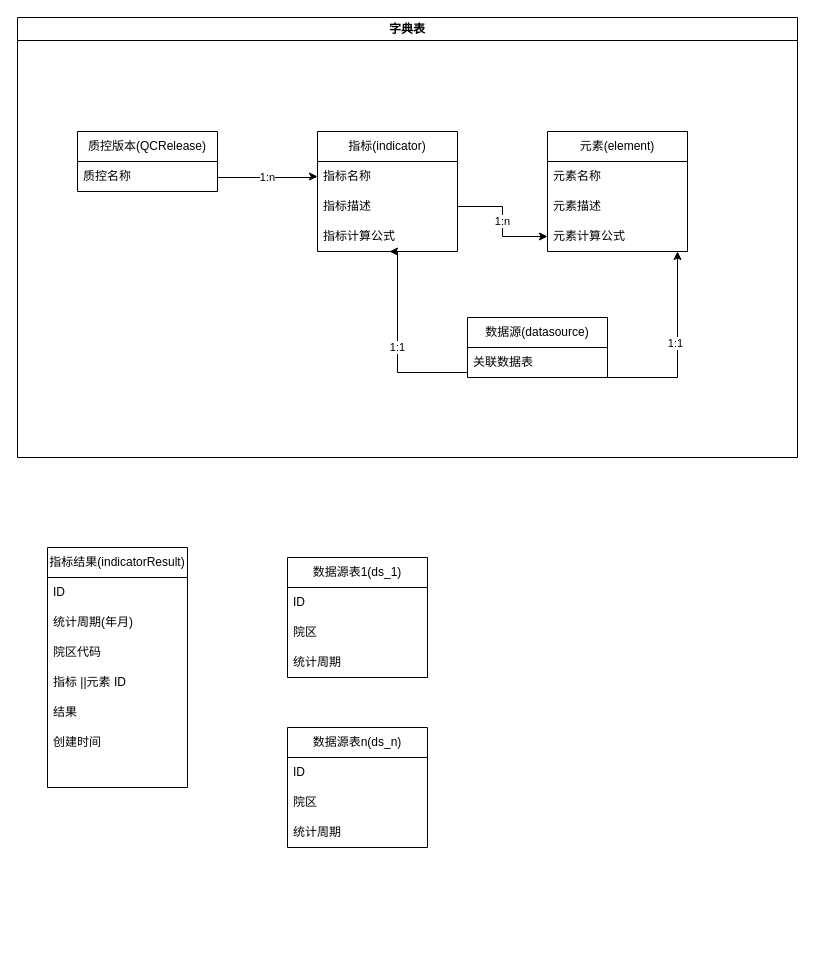
Before: 质控.drawio in panpan92/Message-board, a draw.io diagram. Source tidied: cells renumbered, new cells numbered last; positions are measured from the earlier drawing's top-left corner, leaving out a move shared by most shapes. Both pictures are drawn from the tidied source at 100%, with x=0, y=0 at pixel (17, 17).
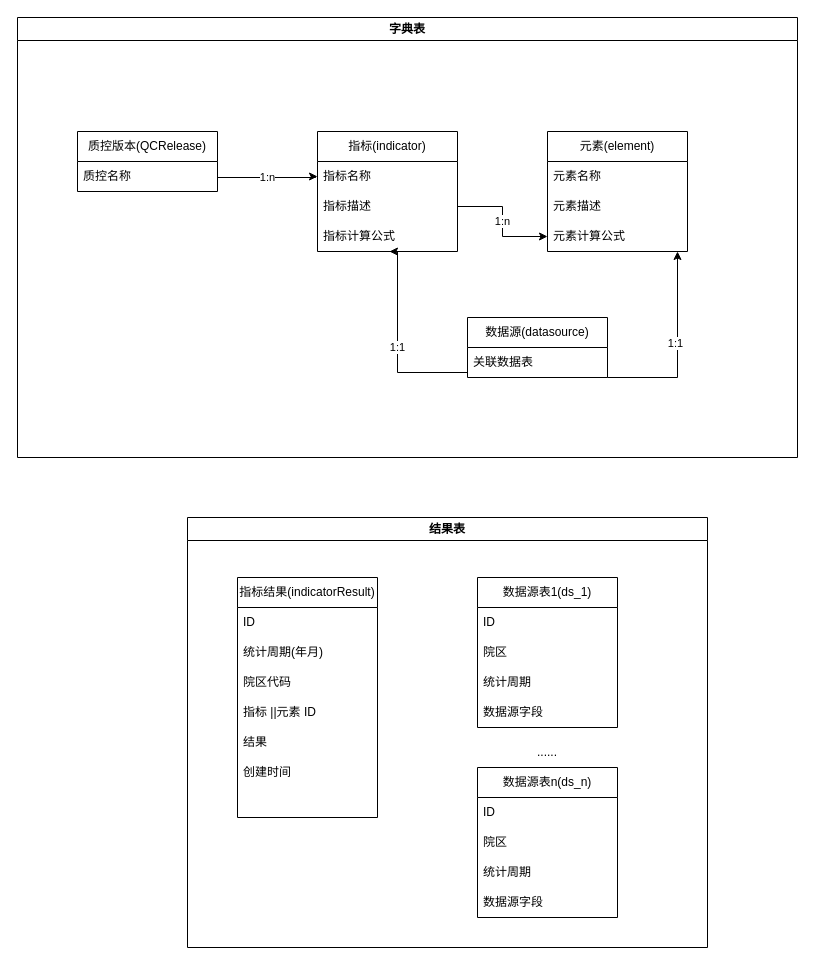
Above is the later version.

Change to the diagram source:
```diff
@@
+    <mxCell id="36" value="结果表" style="swimlane;whiteSpace=wrap;html=1;" parent="1" vertex="1">
+      <mxGeometry x="170" y="500" width="520" height="430" as="geometry" />
+    </mxCell>
-    <mxCell id="20" value="指标结果(indicatorResult)" style="swimlane;fontStyle=0;horizontal=1;startSize=30;whiteSpace=wrap;html=1;" parent="1" vertex="1">
-      <mxGeometry x="30" y="530" width="140" height="240" as="geometry" />
+    <mxCell id="20" value="指标结果(indicatorResult)" style="swimlane;fontStyle=0;horizontal=1;startSize=30;whiteSpace=wrap;html=1;" parent="36" vertex="1">
+      <mxGeometry x="50" y="60" width="140" height="240" as="geometry" />
     </mxCell>
-    <mxCell id="21" value="ID" style="text;strokeColor=none;fillColor=none;align=left;verticalAlign=middle;spacingLeft=4;spacingRight=4;overflow=hidden;whiteSpace=wrap;html=1;" parent="20" vertex="1">
-      <mxGeometry y="30" width="140" height="30" as="geometry" />
-    </mxCell>
+    <mxCell id="37" value="ID" style="text;strokeColor=none;fillColor=none;align=left;verticalAlign=middle;spacingLeft=4;spacingRight=4;overflow=hidden;whiteSpace=wrap;html=1;" parent="20" vertex="1">
+      <mxGeometry y="30" width="140" height="30" as="geometry" />
+    </mxCell>
@@
-    <mxCell id="28" value="数据源表1(ds_1)" style="swimlane;fontStyle=0;horizontal=1;startSize=30;whiteSpace=wrap;html=1;" parent="1" vertex="1">
-      <mxGeometry x="270" y="540" width="140" height="120" as="geometry" />
+    <mxCell id="28" value="数据源表1(ds_1)" style="swimlane;fontStyle=0;horizontal=1;startSize=30;whiteSpace=wrap;html=1;" parent="36" vertex="1">
+      <mxGeometry x="290" y="60" width="140" height="150" as="geometry" />
     </mxCell>
-    <mxCell id="29" value="ID" style="text;strokeColor=none;fillColor=none;align=left;verticalAlign=middle;spacingLeft=4;spacingRight=4;overflow=hidden;whiteSpace=wrap;html=1;" parent="28" vertex="1">
-      <mxGeometry y="30" width="140" height="30" as="geometry" />
-    </mxCell>
-    <mxCell id="30" value="院区" style="text;strokeColor=none;fillColor=none;align=left;verticalAlign=middle;spacingLeft=4;spacingRight=4;overflow=hidden;whiteSpace=wrap;html=1;" parent="28" vertex="1">
-      <mxGeometry y="60" width="140" height="30" as="geometry" />
-    </mxCell>
-    <mxCell id="31" value="统计周期" style="text;strokeColor=none;fillColor=none;align=left;verticalAlign=middle;spacingLeft=4;spacingRight=4;overflow=hidden;whiteSpace=wrap;html=1;" parent="28" vertex="1">
-      <mxGeometry y="90" width="140" height="30" as="geometry" />
-    </mxCell>
+    <mxCell id="38" value="ID" style="text;strokeColor=none;fillColor=none;align=left;verticalAlign=middle;spacingLeft=4;spacingRight=4;overflow=hidden;whiteSpace=wrap;html=1;" parent="28" vertex="1">
+      <mxGeometry y="30" width="140" height="30" as="geometry" />
+    </mxCell>
+    <mxCell id="39" value="院区" style="text;strokeColor=none;fillColor=none;align=left;verticalAlign=middle;spacingLeft=4;spacingRight=4;overflow=hidden;whiteSpace=wrap;html=1;" parent="28" vertex="1">
+      <mxGeometry y="60" width="140" height="30" as="geometry" />
+    </mxCell>
+    <mxCell id="40" value="统计周期" style="text;strokeColor=none;fillColor=none;align=left;verticalAlign=middle;spacingLeft=4;spacingRight=4;overflow=hidden;whiteSpace=wrap;html=1;" parent="28" vertex="1">
+      <mxGeometry y="90" width="140" height="30" as="geometry" />
+    </mxCell>
+    <mxCell id="41" value="数据源字段" style="text;strokeColor=none;fillColor=none;align=left;verticalAlign=middle;spacingLeft=4;spacingRight=4;overflow=hidden;whiteSpace=wrap;html=1;" parent="28" vertex="1">
+      <mxGeometry y="120" width="140" height="30" as="geometry" />
+    </mxCell>
-    <mxCell id="32" value="数据源表n(ds_n)" style="swimlane;fontStyle=0;horizontal=1;startSize=30;whiteSpace=wrap;html=1;" parent="1" vertex="1">
-      <mxGeometry x="270" y="710" width="140" height="120" as="geometry" />
+    <mxCell id="32" value="数据源表n(ds_n)" style="swimlane;fontStyle=0;horizontal=1;startSize=30;whiteSpace=wrap;html=1;" parent="36" vertex="1">
+      <mxGeometry x="290" y="250" width="140" height="150" as="geometry" />
     </mxCell>
-    <mxCell id="33" value="ID" style="text;strokeColor=none;fillColor=none;align=left;verticalAlign=middle;spacingLeft=4;spacingRight=4;overflow=hidden;whiteSpace=wrap;html=1;" parent="32" vertex="1">
-      <mxGeometry y="30" width="140" height="30" as="geometry" />
-    </mxCell>
-    <mxCell id="34" value="院区" style="text;strokeColor=none;fillColor=none;align=left;verticalAlign=middle;spacingLeft=4;spacingRight=4;overflow=hidden;whiteSpace=wrap;html=1;" parent="32" vertex="1">
-      <mxGeometry y="60" width="140" height="30" as="geometry" />
-    </mxCell>
-    <mxCell id="35" value="统计周期" style="text;strokeColor=none;fillColor=none;align=left;verticalAlign=middle;spacingLeft=4;spacingRight=4;overflow=hidden;whiteSpace=wrap;html=1;" parent="32" vertex="1">
-      <mxGeometry y="90" width="140" height="30" as="geometry" />
-    </mxCell>
+    <mxCell id="42" value="ID" style="text;strokeColor=none;fillColor=none;align=left;verticalAlign=middle;spacingLeft=4;spacingRight=4;overflow=hidden;whiteSpace=wrap;html=1;" parent="32" vertex="1">
+      <mxGeometry y="30" width="140" height="30" as="geometry" />
+    </mxCell>
+    <mxCell id="43" value="院区" style="text;strokeColor=none;fillColor=none;align=left;verticalAlign=middle;spacingLeft=4;spacingRight=4;overflow=hidden;whiteSpace=wrap;html=1;" parent="32" vertex="1">
+      <mxGeometry y="60" width="140" height="30" as="geometry" />
+    </mxCell>
+    <mxCell id="44" value="统计周期" style="text;strokeColor=none;fillColor=none;align=left;verticalAlign=middle;spacingLeft=4;spacingRight=4;overflow=hidden;whiteSpace=wrap;html=1;" parent="32" vertex="1">
+      <mxGeometry y="90" width="140" height="30" as="geometry" />
+    </mxCell>
+    <mxCell id="45" value="数据源字段" style="text;strokeColor=none;fillColor=none;align=left;verticalAlign=middle;spacingLeft=4;spacingRight=4;overflow=hidden;whiteSpace=wrap;html=1;" parent="32" vertex="1">
+      <mxGeometry y="120" width="140" height="30" as="geometry" />
+    </mxCell>
+    <mxCell id="46" value="......" style="text;html=1;strokeColor=none;fillColor=none;align=center;verticalAlign=middle;whiteSpace=wrap;rounded=0;" parent="36" vertex="1">
+      <mxGeometry x="330" y="220" width="60" height="30" as="geometry" />
+    </mxCell>
```
